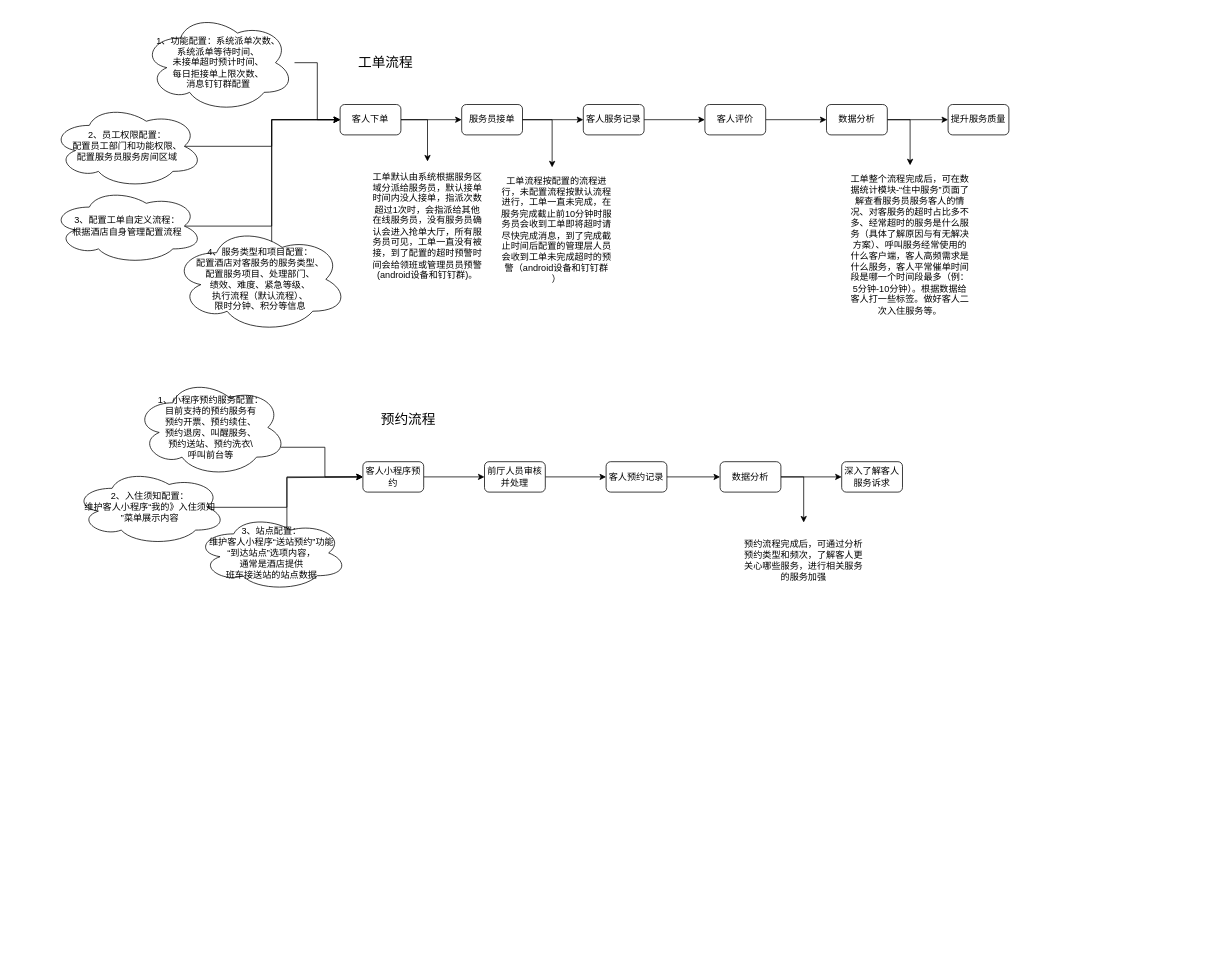
daniel-7d/draw keeps this draw.io diagram as xzzh/服务管家培训讲解流程图.drawio. Above is the earlier version. Source tidied: cells renumbered, new cells numbered last; positions are measured from the earlier drawing's top-left corner, leaving out a move shared by most shapes. Both pictures are drawn from the tidied source at 76%, with x=0, y=0 at pixel (51, 13).
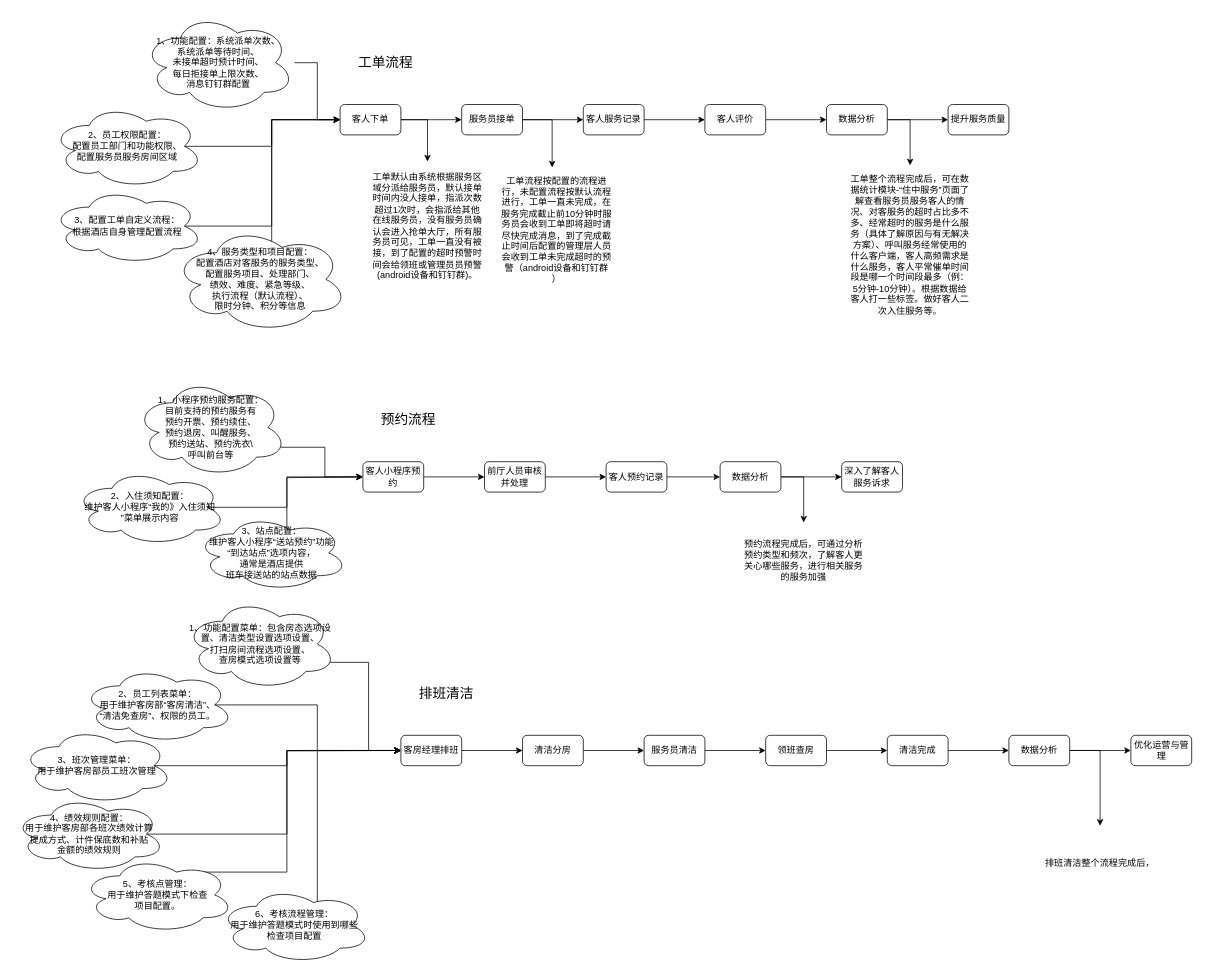
After the change.

Commit message:
更新服务管家培训讲解流程图.drawio

Change to the diagram source:
```diff
@@
+    <mxCell id="46" style="edgeStyle=orthogonalEdgeStyle;rounded=0;jettySize=auto;html=1;exitX=1;exitY=0.5;exitDx=0;exitDy=0;" parent="1" edge="1" source="47" target="50">
+      <mxGeometry relative="1" as="geometry" />
+    </mxCell>
+    <mxCell id="47" value="客房经理排班" style="rounded=1;whiteSpace=wrap;html=1;" parent="1" vertex="1">
+      <mxGeometry x="460" y="950" width="80" height="40" as="geometry" />
+    </mxCell>
+    <mxCell id="48" value="&lt;span style=&quot;font-size: 18px;&quot;&gt;排班清洁&lt;/span&gt;" style="text;html=1;strokeColor=none;fillColor=none;align=center;verticalAlign=middle;whiteSpace=wrap;rounded=0;" parent="1" vertex="1">
+      <mxGeometry x="470" y="880" width="100" height="30" as="geometry" />
+    </mxCell>
+    <mxCell id="49" style="edgeStyle=orthogonalEdgeStyle;rounded=0;jettySize=auto;html=1;exitX=1;exitY=0.5;exitDx=0;exitDy=0;entryX=0;entryY=0.5;entryDx=0;entryDy=0;" parent="1" edge="1" source="50" target="52">
+      <mxGeometry relative="1" as="geometry" />
+    </mxCell>
+    <mxCell id="50" value="清洁分房" style="rounded=1;whiteSpace=wrap;html=1;" parent="1" vertex="1">
+      <mxGeometry x="620" y="950" width="80" height="40" as="geometry" />
+    </mxCell>
+    <mxCell id="51" style="edgeStyle=orthogonalEdgeStyle;rounded=0;jettySize=auto;html=1;exitX=1;exitY=0.5;exitDx=0;exitDy=0;entryX=0;entryY=0.5;entryDx=0;entryDy=0;" parent="1" edge="1" source="52" target="66">
+      <mxGeometry relative="1" as="geometry" />
+    </mxCell>
+    <mxCell id="52" value="服务员清洁" style="rounded=1;whiteSpace=wrap;html=1;" parent="1" vertex="1">
+      <mxGeometry x="780" y="950" width="80" height="40" as="geometry" />
+    </mxCell>
+    <mxCell id="53" style="edgeStyle=orthogonalEdgeStyle;rounded=0;jettySize=auto;html=1;exitX=0.96;exitY=0.7;exitDx=0;exitDy=0;exitPerimeter=0;entryX=0;entryY=0.5;entryDx=0;entryDy=0;" parent="1" edge="1" source="54" target="47">
+      <mxGeometry relative="1" as="geometry" />
+    </mxCell>
+    <mxCell id="54" value="1、功能配置菜单：包含房态选项设置、清洁类型设置选项设置、&lt;br&gt;打扫房间流程选项设置、&lt;br&gt;查房模式选项设置等" style="ellipse;shape=cloud;whiteSpace=wrap;html=1;" parent="1" vertex="1">
+      <mxGeometry x="175" y="770" width="200" height="120" as="geometry" />
+    </mxCell>
+    <mxCell id="55" style="edgeStyle=orthogonalEdgeStyle;rounded=0;jettySize=auto;html=1;exitX=0.875;exitY=0.5;exitDx=0;exitDy=0;exitPerimeter=0;entryX=0;entryY=0.5;entryDx=0;entryDy=0;" parent="1" edge="1" source="56" target="47">
+      <mxGeometry relative="1" as="geometry" />
+    </mxCell>
+    <mxCell id="56" value="2、员工列表菜单：&lt;br&gt;用于维护客房部“客房清洁”、&lt;br&gt;“清洁免查房”、权限的员工。" style="ellipse;shape=cloud;whiteSpace=wrap;html=1;" parent="1" vertex="1">
+      <mxGeometry x="40" y="860" width="200" height="100" as="geometry" />
+    </mxCell>
+    <mxCell id="57" style="edgeStyle=orthogonalEdgeStyle;rounded=0;jettySize=auto;html=1;exitX=0.875;exitY=0.5;exitDx=0;exitDy=0;exitPerimeter=0;" parent="1" edge="1" source="58">
+      <mxGeometry relative="1" as="geometry">
+        <mxPoint x="460" y="970" as="targetPoint" />
+      </mxGeometry>
+    </mxCell>
+    <mxCell id="58" value="3、班次管理菜单：&lt;br&gt;用于维护客房部员工班次管理" style="ellipse;shape=cloud;whiteSpace=wrap;html=1;" parent="1" vertex="1">
+      <mxGeometry x="-40" y="940" width="200" height="100" as="geometry" />
+    </mxCell>
+    <mxCell id="59" style="edgeStyle=orthogonalEdgeStyle;rounded=0;jettySize=auto;html=1;exitX=0.875;exitY=0.5;exitDx=0;exitDy=0;exitPerimeter=0;entryX=0;entryY=0.5;entryDx=0;entryDy=0;" parent="1" edge="1" source="60" target="47">
+      <mxGeometry relative="1" as="geometry">
+        <Array as="points">
+          <mxPoint x="310" y="1080" />
+          <mxPoint x="310" y="970" />
+        </Array>
+      </mxGeometry>
+    </mxCell>
+    <mxCell id="60" value="4、绩效规则配置：&lt;br&gt;用于维护客房部各班次绩效计算&lt;br&gt;提成方式、计件保底数和补贴&lt;br&gt;金额的绩效规则" style="ellipse;shape=cloud;whiteSpace=wrap;html=1;" parent="1" vertex="1">
+      <mxGeometry x="-50" y="1030" width="200" height="100" as="geometry" />
+    </mxCell>
+    <mxCell id="61" style="edgeStyle=orthogonalEdgeStyle;rounded=0;jettySize=auto;html=1;exitX=0.625;exitY=0.2;exitDx=0;exitDy=0;exitPerimeter=0;entryX=0;entryY=0.5;entryDx=0;entryDy=0;" parent="1" edge="1" source="62" target="47">
+      <mxGeometry relative="1" as="geometry">
+        <Array as="points">
+          <mxPoint x="310" y="1130" />
+          <mxPoint x="310" y="970" />
+        </Array>
+      </mxGeometry>
+    </mxCell>
+    <mxCell id="62" value="5、考核点管理：&lt;br&gt;用于维护答题模式下检查&lt;br&gt;项目配置。" style="ellipse;shape=cloud;whiteSpace=wrap;html=1;" parent="1" vertex="1">
+      <mxGeometry x="40" y="1110" width="200" height="100" as="geometry" />
+    </mxCell>
+    <mxCell id="63" style="edgeStyle=orthogonalEdgeStyle;rounded=0;jettySize=auto;html=1;exitX=0.625;exitY=0.2;exitDx=0;exitDy=0;exitPerimeter=0;entryX=0;entryY=0.5;entryDx=0;entryDy=0;" parent="1" edge="1" source="64" target="47">
+      <mxGeometry relative="1" as="geometry">
+        <Array as="points">
+          <mxPoint x="350" y="1170" />
+          <mxPoint x="350" y="970" />
+        </Array>
+      </mxGeometry>
+    </mxCell>
+    <mxCell id="64" value="6、考核流程管理：&lt;br&gt;用于维护答题模式时使用到哪些&lt;br&gt;检查项目配置" style="ellipse;shape=cloud;whiteSpace=wrap;html=1;" parent="1" vertex="1">
+      <mxGeometry x="220" y="1150" width="200" height="100" as="geometry" />
+    </mxCell>
+    <mxCell id="65" style="edgeStyle=orthogonalEdgeStyle;rounded=0;jettySize=auto;html=1;exitX=1;exitY=0.5;exitDx=0;exitDy=0;" parent="1" edge="1" source="66" target="68">
+      <mxGeometry relative="1" as="geometry" />
+    </mxCell>
+    <mxCell id="66" value="领班查房" style="rounded=1;whiteSpace=wrap;html=1;" parent="1" vertex="1">
+      <mxGeometry x="940" y="950" width="80" height="40" as="geometry" />
+    </mxCell>
+    <mxCell id="67" style="edgeStyle=orthogonalEdgeStyle;rounded=0;jettySize=auto;html=1;exitX=1;exitY=0.5;exitDx=0;exitDy=0;" parent="1" edge="1" source="68" target="71">
+      <mxGeometry relative="1" as="geometry" />
+    </mxCell>
+    <mxCell id="68" value="清洁完成" style="rounded=1;whiteSpace=wrap;html=1;" parent="1" vertex="1">
+      <mxGeometry x="1100" y="950" width="80" height="40" as="geometry" />
+    </mxCell>
+    <mxCell id="69" style="edgeStyle=orthogonalEdgeStyle;rounded=0;jettySize=auto;html=1;exitX=1;exitY=0.5;exitDx=0;exitDy=0;" parent="1" edge="1" source="71" target="72">
+      <mxGeometry relative="1" as="geometry" />
+    </mxCell>
+    <mxCell id="70" style="edgeStyle=orthogonalEdgeStyle;rounded=0;jettySize=auto;html=1;exitX=1;exitY=0.5;exitDx=0;exitDy=0;" parent="1" edge="1" source="71" target="73">
+      <mxGeometry relative="1" as="geometry" />
+    </mxCell>
+    <mxCell id="71" value="数据分析" style="rounded=1;whiteSpace=wrap;html=1;" parent="1" vertex="1">
+      <mxGeometry x="1260" y="950" width="80" height="40" as="geometry" />
+    </mxCell>
+    <mxCell id="72" value="优化运营与管理" style="rounded=1;whiteSpace=wrap;html=1;" parent="1" vertex="1">
+      <mxGeometry x="1420.5" y="950" width="80" height="40" as="geometry" />
+    </mxCell>
+    <mxCell id="73" value="排班清洁整个流程完成后，" style="text;html=1;strokeColor=none;fillColor=none;align=center;verticalAlign=middle;whiteSpace=wrap;rounded=0;" parent="1" vertex="1">
+      <mxGeometry x="1300" y="1069" width="160" height="100" as="geometry" />
+    </mxCell>
```
